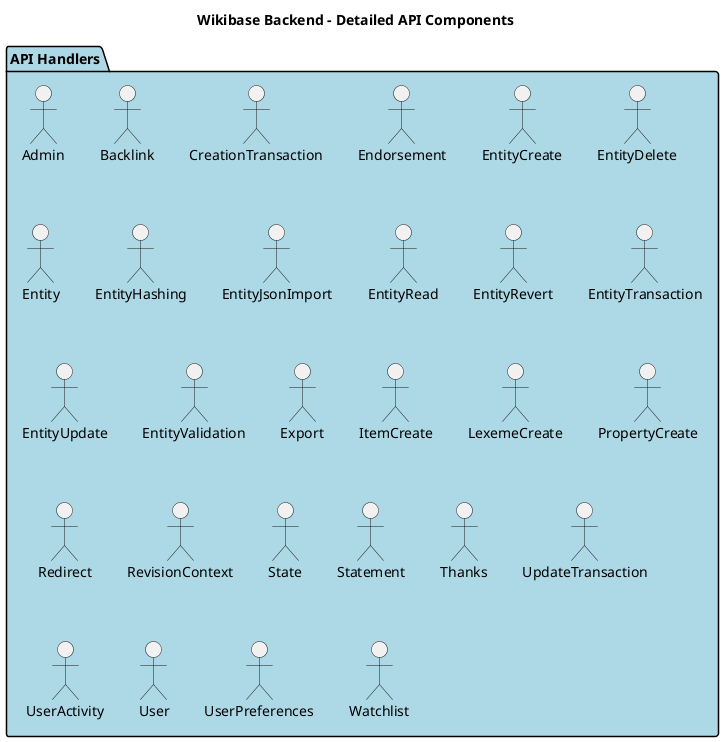
Before: doc/DIAGRAMS/png/detailed_api_components.png, a diagram exported from PlantUML (dpriskorn/entitybase-backend). Its diagram source:
```plantuml
@startuml Detailed API Components

title Wikibase Backend - Detailed API Components

package "API Handlers" as APIHandlers #LightBlue {
    "Admin" as AdminHandler
    "Backlink" as BacklinkHandler
    "CreationTransaction" as CreationTransaction
    "Endorsement" as EndorsementHandler
    "EntityCreate" as EntityCreateHandler
    "EntityDelete" as EntityDeleteHandler
    "Entity" as EntityHandler
    "EntityHashing" as EntityHashingService
    "EntityJsonImport" as EntityJsonImportHandler
    "EntityRead" as EntityReadHandler
    "EntityRevert" as EntityRevertHandler
    "EntityTransaction" as EntityTransaction
    "EntityUpdate" as EntityUpdateHandler
    "EntityValidation" as EntityValidationService
    "Export" as ExportHandler
    "ItemCreate" as ItemCreateHandler
    "LexemeCreate" as LexemeCreateHandler
    "PropertyCreate" as PropertyCreateHandler
    "Redirect" as RedirectHandler
    "RevisionContext" as RevisionContext
    "State" as StateHandler
    "Statement" as StatementHandler
    "Thanks" as ThanksHandler
    "UpdateTransaction" as UpdateTransaction
    "UserActivity" as UserActivityHandler
    "User" as UserHandler
    "UserPreferences" as UserPreferencesHandler
    "Watchlist" as WatchlistHandler
}

@enduml
```
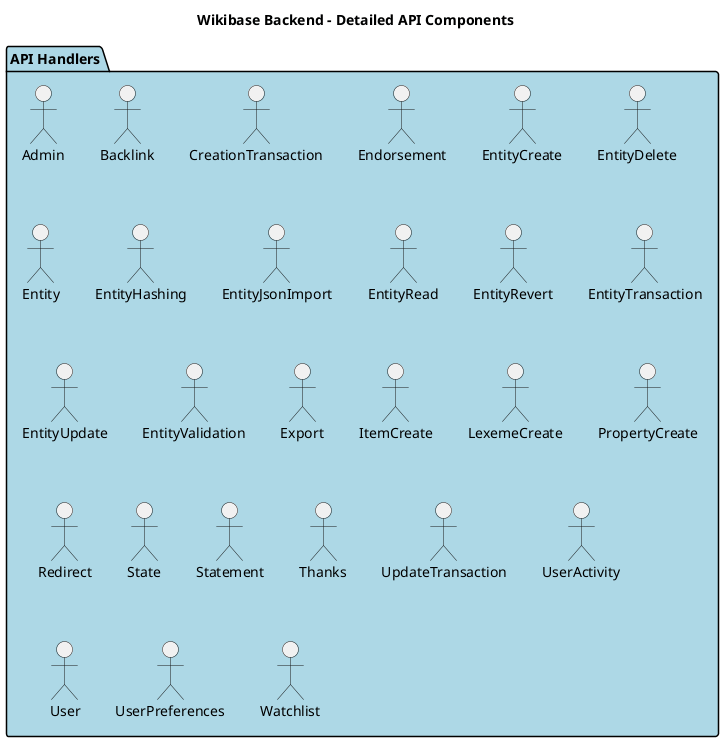
Above is the later version.

What changed in the source:
```diff
@@ -22,7 +22,6 @@
     "LexemeCreate" as LexemeCreateHandler
     "PropertyCreate" as PropertyCreateHandler
     "Redirect" as RedirectHandler
-    "RevisionContext" as RevisionContext
     "State" as StateHandler
     "Statement" as StatementHandler
     "Thanks" as ThanksHandler
```
